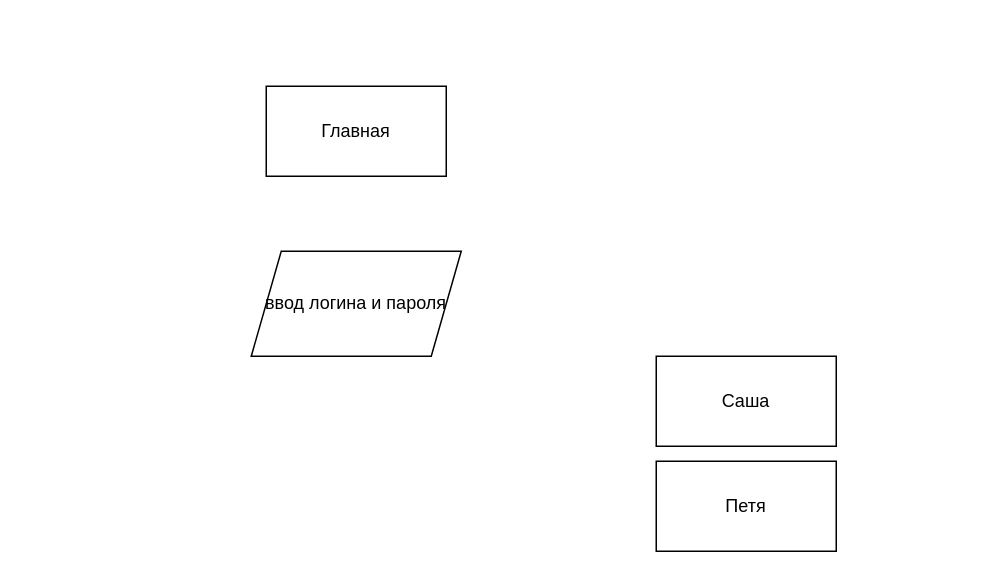
The draw.io diagram Untitled Diagram.drawio in nikprog1/nikprog1.github.io, before the edit. Source tidied: cells renumbered, new cells numbered last; positions are measured from the earlier drawing's top-left corner, leaving out a move shared by most shapes. Both pictures are drawn from the tidied source at 150%, with x=0, y=0 at pixel (250, 86).
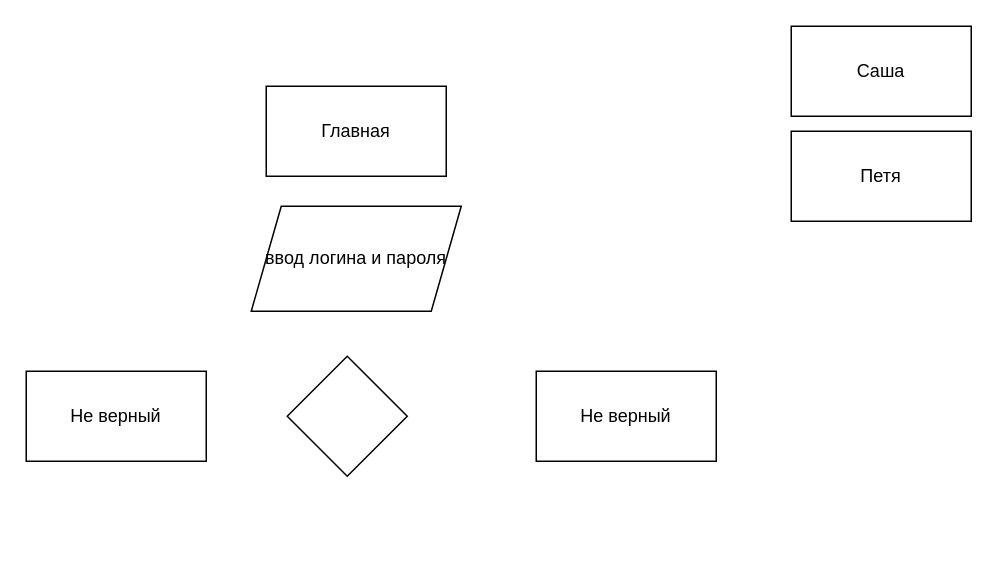
Above is the later version.

What changed in the source:
```diff
@@
 <mxGraphModel>
   <root>
     <mxCell id="0" />
     <mxCell id="1" parent="0" />
     <mxCell id="2" value="Главная" style="rounded=0;whiteSpace=wrap;html=1;" parent="1" vertex="1">
       <mxGeometry x="10" width="120" height="60" as="geometry" />
     </mxCell>
     <mxCell id="3" value="Петя" style="rounded=0;whiteSpace=wrap;html=1;" parent="1" vertex="1">
-      <mxGeometry x="270" y="250" width="120" height="60" as="geometry" />
+      <mxGeometry x="360" y="30" width="120" height="60" as="geometry" />
     </mxCell>
     <mxCell id="4" value="Саша" style="rounded=0;whiteSpace=wrap;html=1;" parent="1" vertex="1">
-      <mxGeometry x="270" y="180" width="120" height="60" as="geometry" />
+      <mxGeometry x="360" y="-40" width="120" height="60" as="geometry" />
     </mxCell>
     <mxCell id="5" value="ввод логина и пароля" style="shape=parallelogram;perimeter=parallelogramPerimeter;whiteSpace=wrap;html=1;fixedSize=1;" parent="1" vertex="1">
-      <mxGeometry y="110" width="140" height="70" as="geometry" />
+      <mxGeometry y="80" width="140" height="70" as="geometry" />
     </mxCell>
+    <mxCell id="6" style="rhombus;whiteSpace=wrap;html=1;" parent="1" vertex="1">
+      <mxGeometry x="24" y="180" width="80" height="80" as="geometry" />
+    </mxCell>
+    <mxCell id="7" value="Не верный" style="rounded=0;whiteSpace=wrap;html=1;" parent="1" vertex="1">
+      <mxGeometry x="190" y="190" width="120" height="60" as="geometry" />
+    </mxCell>
+    <mxCell id="8" value="Не верный" style="rounded=0;whiteSpace=wrap;html=1;" parent="1" vertex="1">
+      <mxGeometry x="-150" y="190" width="120" height="60" as="geometry" />
+    </mxCell>
   </root>
 </mxGraphModel>
```
